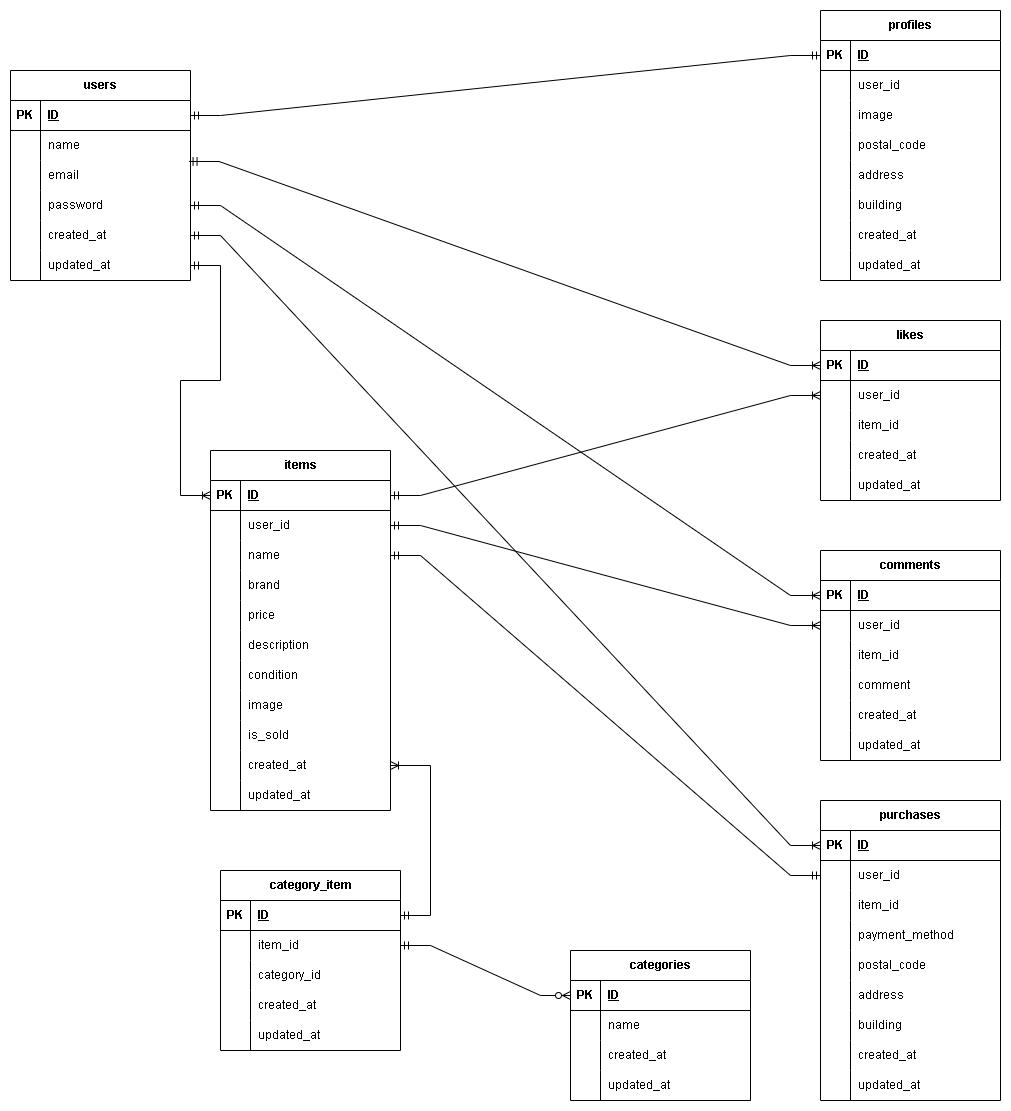
The draw.io diagram mogi1.png in hiroshi-tak/mogi1-form, before a commit. Source tidied: cells renumbered, new cells last; positions are measured from the earlier drawing's top-left corner, leaving out a move shared by most shapes.
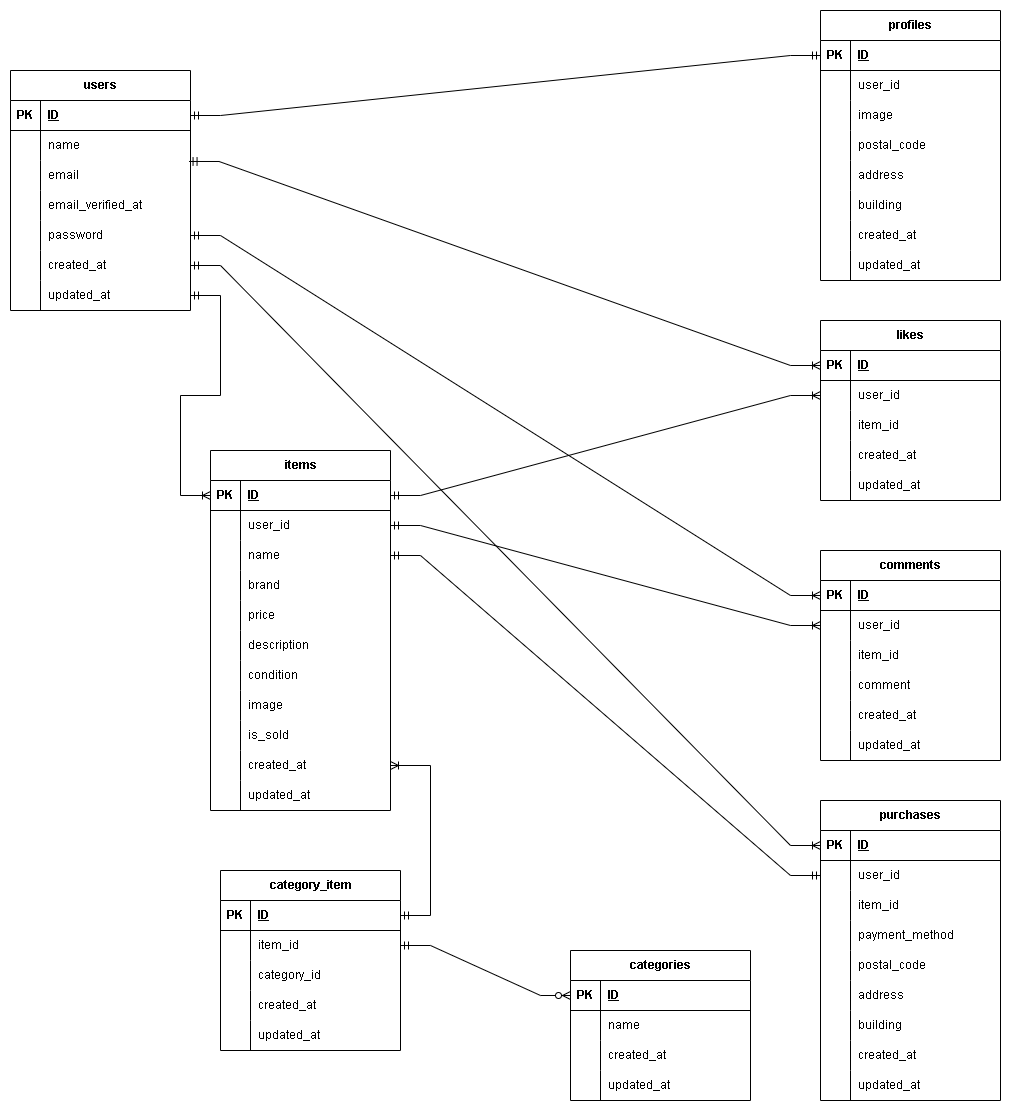
Later version of the same file.

What changed in the source:
```diff
@@ -3,7 +3,7 @@
     <mxCell id="0" />
     <mxCell id="1" parent="0" />
     <mxCell id="2" value="users" style="shape=table;startSize=30;rowLines=0;fontStyle=1;align=center;html=1;" parent="1" vertex="1">
-      <mxGeometry y="60" width="180" height="210" as="geometry" />
+      <mxGeometry y="60" width="180" height="240" as="geometry" />
     </mxCell>
     <mxCell id="3" style="shape=tableRow;horizontal=0;startSize=0;swimlaneHead=0;swimlaneBody=0;fillColor=none;points=[[0,0.5],[1,0.5]];portConstraint=eastwest;top=0;left=0;right=0;bottom=1;" parent="2" vertex="1">
       <mxGeometry y="30" width="180" height="30" as="geometry" />
@@ -32,8 +32,17 @@
     <mxCell id="11" value="email" style="shape=partialRectangle;fillColor=none;top=0;left=0;bottom=0;right=0;align=left;spacingLeft=6;overflow=hidden;whiteSpace=wrap;html=1;" parent="9" vertex="1">
       <mxGeometry x="30" width="150" height="30" as="geometry" />
     </mxCell>
+    <mxCell id="182" style="shape=tableRow;horizontal=0;startSize=0;swimlaneHead=0;swimlaneBody=0;fillColor=none;top=0;left=0;right=0;bottom=0;" parent="2" vertex="1">
+      <mxGeometry y="120" width="180" height="30" as="geometry" />
+    </mxCell>
+    <mxCell id="183" style="shape=partialRectangle;fillColor=none;top=0;left=0;bottom=0;right=0;overflow=hidden;whiteSpace=wrap;html=1;" parent="182" vertex="1">
+      <mxGeometry width="30" height="30" as="geometry" />
+    </mxCell>
+    <mxCell id="184" value="email_verified_at" style="shape=partialRectangle;fillColor=none;top=0;left=0;bottom=0;right=0;align=left;spacingLeft=6;overflow=hidden;whiteSpace=wrap;html=1;" parent="182" vertex="1">
+      <mxGeometry x="30" width="150" height="30" as="geometry" />
+    </mxCell>
     <mxCell id="12" style="shape=tableRow;horizontal=0;startSize=0;swimlaneHead=0;swimlaneBody=0;fillColor=none;points=[[0,0.5],[1,0.5]];portConstraint=eastwest;top=0;left=0;right=0;bottom=0;" parent="2" vertex="1">
-      <mxGeometry y="120" width="180" height="30" as="geometry" />
+      <mxGeometry y="150" width="180" height="30" as="geometry" />
     </mxCell>
     <mxCell id="13" style="shape=partialRectangle;fillColor=none;top=0;left=0;bottom=0;right=0;overflow=hidden;whiteSpace=wrap;html=1;" parent="12" vertex="1">
       <mxGeometry width="30" height="30" as="geometry" />
@@ -42,7 +51,7 @@
       <mxGeometry x="30" width="150" height="30" as="geometry" />
     </mxCell>
     <mxCell id="15" style="shape=tableRow;horizontal=0;startSize=0;swimlaneHead=0;swimlaneBody=0;fillColor=none;points=[[0,0.5],[1,0.5]];portConstraint=eastwest;top=0;left=0;right=0;bottom=0;" parent="2" vertex="1">
-      <mxGeometry y="150" width="180" height="30" as="geometry" />
+      <mxGeometry y="180" width="180" height="30" as="geometry" />
     </mxCell>
     <mxCell id="16" style="shape=partialRectangle;fillColor=none;top=0;left=0;bottom=0;right=0;overflow=hidden;whiteSpace=wrap;html=1;" parent="15" vertex="1">
       <mxGeometry width="30" height="30" as="geometry" />
@@ -51,7 +60,7 @@
       <mxGeometry x="30" width="150" height="30" as="geometry" />
     </mxCell>
     <mxCell id="18" style="shape=tableRow;horizontal=0;startSize=0;swimlaneHead=0;swimlaneBody=0;fillColor=none;points=[[0,0.5],[1,0.5]];portConstraint=eastwest;top=0;left=0;right=0;bottom=0;" parent="2" vertex="1">
-      <mxGeometry y="180" width="180" height="30" as="geometry" />
+      <mxGeometry y="210" width="180" height="30" as="geometry" />
     </mxCell>
     <mxCell id="19" style="shape=partialRectangle;fillColor=none;top=0;left=0;bottom=0;right=0;overflow=hidden;whiteSpace=wrap;html=1;" parent="18" vertex="1">
       <mxGeometry width="30" height="30" as="geometry" />
```
